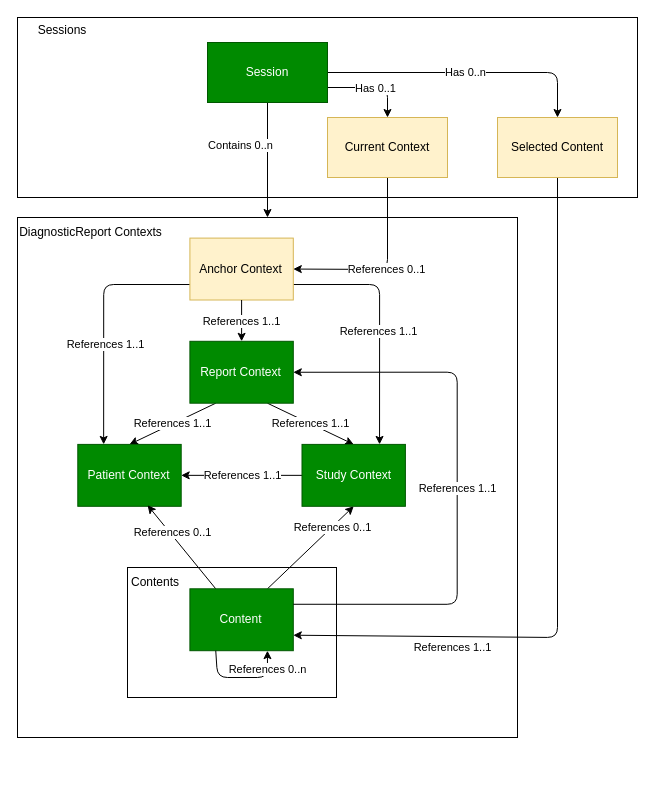
Above: page "Data Model" (1 of 2) of input/images-source/data_model.drawio in IHE/RAD.IRA (draw.io), before the change. Source tidied: cells renumbered, new cells numbered last; positions are measured from the earlier drawing's top-left corner, leaving out a move shared by most shapes. Both pictures are drawn from the tidied source at 100%, with x=0, y=0 at pixel (17, 17).
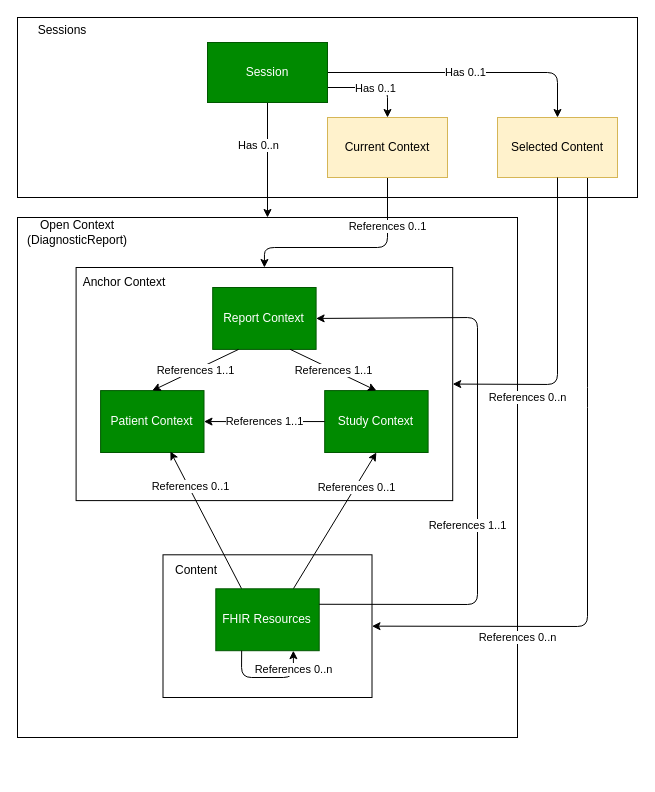
After the change.

Commit message (it also covers changes not shown here):
Clarify data model

The change refers to these unchanged cells:
```xml
<mxCell id="2" style="group;" parent="1" vertex="1">
  <mxGeometry y="200" width="500" height="557" as="geometry" />
</mxCell>
<mxCell id="20" style="edgeStyle=none;html=1;exitX=0.25;exitY=0;exitDx=0;exitDy=0;entryX=0.675;entryY=0.983;entryDx=0;entryDy=0;entryPerimeter=0;startArrow=none;startFill=0;endArrow=classic;endFill=1;" parent="2" edge="1" source="22" target="18">
  <mxGeometry relative="1" as="geometry" />
</mxCell>
<mxCell id="27" style="edgeStyle=none;html=1;entryX=0.5;entryY=0;entryDx=0;entryDy=0;" parent="1" edge="1" source="32" target="3">
  <mxGeometry relative="1" as="geometry" />
</mxCell>
<mxCell id="32" value="Session" style="rounded=0;whiteSpace=wrap;html=1;fillColor=#008a00;fontColor=#ffffff;strokeColor=#005700;" parent="1" vertex="1">
  <mxGeometry x="190" y="25" width="120" height="60" as="geometry" />
</mxCell>
<mxCell id="34" value="Current Context" style="whiteSpace=wrap;html=1;rounded=0;fillColor=#fff2cc;strokeColor=#d6b656;" parent="1" vertex="1">
  <mxGeometry x="310" y="100" width="120" height="60" as="geometry" />
</mxCell>
<mxCell id="36" value="Selected Content" style="whiteSpace=wrap;html=1;fillColor=#fff2cc;strokeColor=#d6b656;rounded=0;" parent="1" vertex="1">
  <mxGeometry x="480" y="100" width="120" height="60" as="geometry" />
</mxCell>
```

What changed in the source:
```diff
@@
-    <mxCell id="4" style="edgeStyle=orthogonalEdgeStyle;html=1;exitX=0;exitY=0.75;exitDx=0;exitDy=0;entryX=0.25;entryY=0;entryDx=0;entryDy=0;" parent="2" edge="1" source="8" target="18">
-      <mxGeometry relative="1" as="geometry" />
-    </mxCell>
-    <mxCell id="5" value="References 1..1" style="edgeLabel;html=1;align=center;verticalAlign=middle;" parent="4" vertex="1">
-      <mxGeometry x="0.19" y="1" relative="1" as="geometry" />
-    </mxCell>
-    <mxCell id="6" style="edgeStyle=orthogonalEdgeStyle;html=1;exitX=1;exitY=0.75;exitDx=0;exitDy=0;entryX=0.75;entryY=0;entryDx=0;entryDy=0;" parent="2" edge="1" source="8" target="17">
-      <mxGeometry relative="1" as="geometry" />
-    </mxCell>
-    <mxCell id="7" value="References 1..1" style="edgeLabel;html=1;align=center;verticalAlign=middle;" parent="6" vertex="1">
-      <mxGeometry x="0.08" y="-2" relative="1" as="geometry" />
-    </mxCell>
+    <mxCell id="39" style="group;" parent="2" vertex="1">
+      <mxGeometry x="58.6" y="50" width="376.6" height="233.1" as="geometry" />
+    </mxCell>
+    <mxCell id="40" style="rounded=0;whiteSpace=wrap;html=1;fillColor=none;" parent="39" vertex="1">
+      <mxGeometry width="376.6" height="233.1" as="geometry" />
+    </mxCell>
+    <mxCell id="11" value="Report Context" style="whiteSpace=wrap;html=1;rounded=0;fillColor=#008a00;fontColor=#ffffff;strokeColor=#005700;" parent="39" vertex="1">
+      <mxGeometry x="136.6" y="20" width="103.4" height="61.9" as="geometry" />
+    </mxCell>
+    <mxCell id="17" value="Study Context" style="whiteSpace=wrap;html=1;rounded=0;fillColor=#008a00;fontColor=#ffffff;strokeColor=#005700;" parent="39" vertex="1">
+      <mxGeometry x="248.6" y="123.1" width="103.4" height="61.9" as="geometry" />
+    </mxCell>
+    <mxCell id="18" value="Patient Context" style="whiteSpace=wrap;html=1;rounded=0;fillColor=#008a00;fontColor=#ffffff;strokeColor=#005700;" parent="39" vertex="1">
+      <mxGeometry x="24.5" y="123.1" width="103.4" height="61.9" as="geometry" />
+    </mxCell>
-    <mxCell id="8" value="Anchor Context" style="whiteSpace=wrap;html=1;rounded=0;fillColor=#fff2cc;strokeColor=#d6b656;" parent="2" vertex="1">
-      <mxGeometry x="172.4" y="20.6" width="103.4" height="61.9" as="geometry" />
+    <mxCell id="8" value="Anchor Context" style="text;html=1;strokeColor=none;fillColor=none;align=center;verticalAlign=middle;whiteSpace=wrap;rounded=0;" parent="39" vertex="1">
+      <mxGeometry width="95.9" height="30.9" as="geometry" />
     </mxCell>
+    <mxCell id="10" value="References 1..1" style="edgeStyle=none;html=1;exitX=0.75;exitY=1;exitDx=0;exitDy=0;entryX=0.5;entryY=0;entryDx=0;entryDy=0;startArrow=none;startFill=0;endArrow=classic;endFill=1;" parent="39" edge="1" source="11" target="17">
+      <mxGeometry relative="1" as="geometry" />
+    </mxCell>
+    <mxCell id="14" value="References 1..1" style="edgeStyle=none;html=1;exitX=0;exitY=0.5;exitDx=0;exitDy=0;entryX=1;entryY=0.5;entryDx=0;entryDy=0;startArrow=none;startFill=0;endArrow=classic;endFill=1;" parent="39" edge="1" source="17" target="18">
+      <mxGeometry relative="1" as="geometry" />
+    </mxCell>
-    <mxCell id="9" value="References 1..1" style="edgeStyle=none;html=1;exitX=0.25;exitY=1;exitDx=0;exitDy=0;entryX=0.5;entryY=0;entryDx=0;entryDy=0;startArrow=none;startFill=0;endArrow=classic;endFill=1;" parent="2" edge="1" source="11" target="18">
+    <mxCell id="9" value="References 1..1" style="edgeStyle=none;html=1;exitX=0.25;exitY=1;exitDx=0;exitDy=0;entryX=0.5;entryY=0;entryDx=0;entryDy=0;startArrow=none;startFill=0;endArrow=classic;endFill=1;" parent="39" edge="1" source="11" target="18">
       <mxGeometry relative="1" as="geometry" />
     </mxCell>
-    <mxCell id="10" value="References 1..1" style="edgeStyle=none;html=1;exitX=0.75;exitY=1;exitDx=0;exitDy=0;entryX=0.5;entryY=0;entryDx=0;entryDy=0;startArrow=none;startFill=0;endArrow=classic;endFill=1;" parent="2" edge="1" source="11" target="17">
-      <mxGeometry relative="1" as="geometry" />
-    </mxCell>
-    <mxCell id="11" value="Report Context" style="whiteSpace=wrap;html=1;rounded=0;fillColor=#008a00;fontColor=#ffffff;strokeColor=#005700;" parent="2" vertex="1">
-      <mxGeometry x="172.4" y="123.8" width="103.4" height="61.9" as="geometry" />
-    </mxCell>
-    <mxCell id="12" value="References 1..1" style="edgeStyle=none;html=1;" parent="2" edge="1" source="8" target="11">
-      <mxGeometry relative="1" as="geometry" />
-    </mxCell>
-    <mxCell id="13" value="DiagnosticReport Contexts" style="text;html=1;strokeColor=none;fillColor=none;align=center;verticalAlign=middle;whiteSpace=wrap;rounded=0;" parent="2" vertex="1">
-      <mxGeometry width="146.6" height="30.9" as="geometry" />
+    <mxCell id="13" value="Open Context (DiagnosticReport)" style="text;html=1;strokeColor=none;fillColor=none;align=center;verticalAlign=middle;whiteSpace=wrap;rounded=0;" parent="2" vertex="1">
+      <mxGeometry width="120" height="30.9" as="geometry" />
     </mxCell>
-    <mxCell id="14" value="References 1..1" style="edgeStyle=none;html=1;exitX=0;exitY=0.5;exitDx=0;exitDy=0;entryX=1;entryY=0.5;entryDx=0;entryDy=0;startArrow=none;startFill=0;endArrow=classic;endFill=1;" parent="2" edge="1" source="17" target="18">
-      <mxGeometry relative="1" as="geometry" />
-    </mxCell>
@@
-    <mxCell id="17" value="Study Context" style="whiteSpace=wrap;html=1;rounded=0;fillColor=#008a00;fontColor=#ffffff;strokeColor=#005700;" parent="2" vertex="1">
-      <mxGeometry x="284.5" y="226.9" width="103.4" height="61.9" as="geometry" />
-    </mxCell>
-    <mxCell id="18" value="Patient Context" style="whiteSpace=wrap;html=1;rounded=0;fillColor=#008a00;fontColor=#ffffff;strokeColor=#005700;" parent="2" vertex="1">
-      <mxGeometry x="60.3" y="226.9" width="103.4" height="61.9" as="geometry" />
-    </mxCell>
     <mxCell id="19" style="rounded=0;whiteSpace=wrap;html=1;fillColor=none;" parent="2" vertex="1">
-      <mxGeometry x="110" y="350" width="209" height="130" as="geometry" />
+      <mxGeometry x="145.5" y="337.3" width="209" height="142.7" as="geometry" />
     </mxCell>
@@
     <mxCell id="21" value="References 0..1" style="edgeLabel;html=1;align=center;verticalAlign=middle;" parent="20" vertex="1">
-      <mxGeometry x="0.33" y="-2" relative="1" as="geometry" />
+      <mxGeometry x="0.33" y="-2" relative="1" as="geometry">
+        <mxPoint x="-6" y="-10" as="offset" />
+      </mxGeometry>
     </mxCell>
-    <mxCell id="22" value="Content" style="whiteSpace=wrap;html=1;rounded=0;fillColor=#008a00;fontColor=#ffffff;strokeColor=#005700;" parent="2" vertex="1">
-      <mxGeometry x="172.4" y="371.3" width="103.4" height="61.9" as="geometry" />
+    <mxCell id="22" value="FHIR Resources" style="whiteSpace=wrap;html=1;rounded=0;fillColor=#008a00;fontColor=#ffffff;strokeColor=#005700;" parent="2" vertex="1">
+      <mxGeometry x="198.3" y="371.3" width="103.4" height="61.9" as="geometry" />
     </mxCell>
-    <mxCell id="23" value="Contents" style="text;html=1;strokeColor=none;fillColor=none;align=center;verticalAlign=middle;whiteSpace=wrap;rounded=0;" parent="2" vertex="1">
-      <mxGeometry x="112.1" y="350" width="51.7" height="30.9" as="geometry" />
+    <mxCell id="23" value="Content" style="text;html=1;strokeColor=none;fillColor=none;align=center;verticalAlign=middle;whiteSpace=wrap;rounded=0;" parent="2" vertex="1">
+      <mxGeometry x="146.6" y="337.3" width="63.5" height="30.9" as="geometry" />
     </mxCell>
     <mxCell id="24" value="References 1..1" style="edgeStyle=none;html=1;entryX=1;entryY=0.5;entryDx=0;entryDy=0;startArrow=none;startFill=0;endArrow=classic;endFill=1;exitX=1;exitY=0.25;exitDx=0;exitDy=0;" parent="2" edge="1" source="22" target="11">
-      <mxGeometry relative="1" as="geometry">
+      <mxGeometry x="-0.22" y="10" relative="1" as="geometry">
         <Array as="points">
-          <mxPoint x="439.7" y="386.8" />
-          <mxPoint x="439.7" y="154.7" />
+          <mxPoint x="460" y="387" />
+          <mxPoint x="460" y="100" />
         </Array>
       </mxGeometry>
     </mxCell>
     <mxCell id="25" style="edgeStyle=none;html=1;exitX=0.25;exitY=1;exitDx=0;exitDy=0;entryX=0.75;entryY=1;entryDx=0;entryDy=0;startArrow=none;startFill=0;endArrow=classic;endFill=1;" parent="2" edge="1" source="22" target="22">
       <mxGeometry relative="1" as="geometry">
         <Array as="points">
-          <mxPoint x="200" y="460" />
-          <mxPoint x="250" y="460" />
+          <mxPoint x="224" y="460" />
+          <mxPoint x="276" y="460" />
         </Array>
       </mxGeometry>
     </mxCell>
@@
+    <mxCell id="37" style="rounded=0;whiteSpace=wrap;html=1;fillColor=none;" parent="1" vertex="1">
+      <mxGeometry width="620" height="180" as="geometry" />
+    </mxCell>
@@
-    <mxCell id="28" value="Contains 0..n" style="edgeLabel;html=1;align=center;verticalAlign=middle;" parent="27" vertex="1">
+    <mxCell id="28" value="Has 0..n" style="edgeLabel;html=1;align=center;verticalAlign=middle;" parent="27" vertex="1">
       <mxGeometry x="-0.25" y="4" relative="1" as="geometry">
-        <mxPoint x="-32" y="-1" as="offset" />
+        <mxPoint x="-14" y="-1" as="offset" />
       </mxGeometry>
     </mxCell>
@@
-    <mxCell id="31" value="Has 0..n" style="edgeStyle=none;html=1;exitX=1;exitY=0.5;exitDx=0;exitDy=0;entryX=0.5;entryY=0;entryDx=0;entryDy=0;startArrow=none;startFill=0;endArrow=classic;endFill=1;" parent="1" edge="1" source="32" target="36">
+    <mxCell id="31" value="Has 0..1" style="edgeStyle=none;html=1;exitX=1;exitY=0.5;exitDx=0;exitDy=0;entryX=0.5;entryY=0;entryDx=0;entryDy=0;startArrow=none;startFill=0;endArrow=classic;endFill=1;" parent="1" edge="1" source="32" target="36">
       <mxGeometry relative="1" as="geometry">
         <Array as="points">
           <mxPoint x="540" y="55" />
         </Array>
       </mxGeometry>
     </mxCell>
@@
-    <mxCell id="33" value="References 0..1" style="edgeStyle=none;html=1;exitX=0.5;exitY=1;exitDx=0;exitDy=0;entryX=1;entryY=0.5;entryDx=0;entryDy=0;startArrow=none;startFill=0;endArrow=classic;endFill=1;" parent="1" edge="1" source="34" target="8">
-      <mxGeometry relative="1" as="geometry">
+    <mxCell id="33" value="References 0..1" style="edgeStyle=none;html=1;exitX=0.5;exitY=1;exitDx=0;exitDy=0;entryX=0.5;entryY=0;entryDx=0;entryDy=0;" parent="1" edge="1" source="34" target="40">
+      <mxGeometry x="-0.53" relative="1" as="geometry">
         <Array as="points">
-          <mxPoint x="370" y="252" />
+          <mxPoint x="370" y="230" />
+          <mxPoint x="247" y="230" />
         </Array>
+        <mxPoint y="-1" as="offset" />
       </mxGeometry>
     </mxCell>
@@
-    <mxCell id="35" value="References 1..1" style="edgeStyle=none;html=1;startArrow=classic;startFill=1;endArrow=none;endFill=0;exitX=1;exitY=0.75;exitDx=0;exitDy=0;entryX=0.5;entryY=1;entryDx=0;entryDy=0;" parent="1" edge="1" source="22" target="36">
+    <mxCell id="35" value="References 0..n" style="edgeStyle=none;html=1;startArrow=classic;startFill=1;endArrow=none;endFill=0;exitX=1;exitY=0.5;exitDx=0;exitDy=0;entryX=0.75;entryY=1;entryDx=0;entryDy=0;" parent="1" edge="1" source="19" target="36">
       <mxGeometry x="-0.56" y="-11" relative="1" as="geometry">
         <Array as="points">
-          <mxPoint x="540" y="620" />
+          <mxPoint x="570" y="609" />
+          <mxPoint x="570" y="380" />
         </Array>
       </mxGeometry>
     </mxCell>
@@
-    <mxCell id="37" style="rounded=0;whiteSpace=wrap;html=1;fillColor=none;" parent="1" vertex="1">
-      <mxGeometry width="620" height="180" as="geometry" />
-    </mxCell>
@@
+    <mxCell id="41" value="References 0..n" style="edgeStyle=none;html=1;startArrow=classic;startFill=1;endArrow=none;endFill=0;exitX=1;exitY=0.5;exitDx=0;exitDy=0;entryX=0.5;entryY=1;entryDx=0;entryDy=0;" parent="1" edge="1" source="40" target="36">
+      <mxGeometry x="-0.52" y="-13" relative="1" as="geometry">
+        <Array as="points">
+          <mxPoint x="540" y="367" />
+        </Array>
+      </mxGeometry>
+    </mxCell>
```
